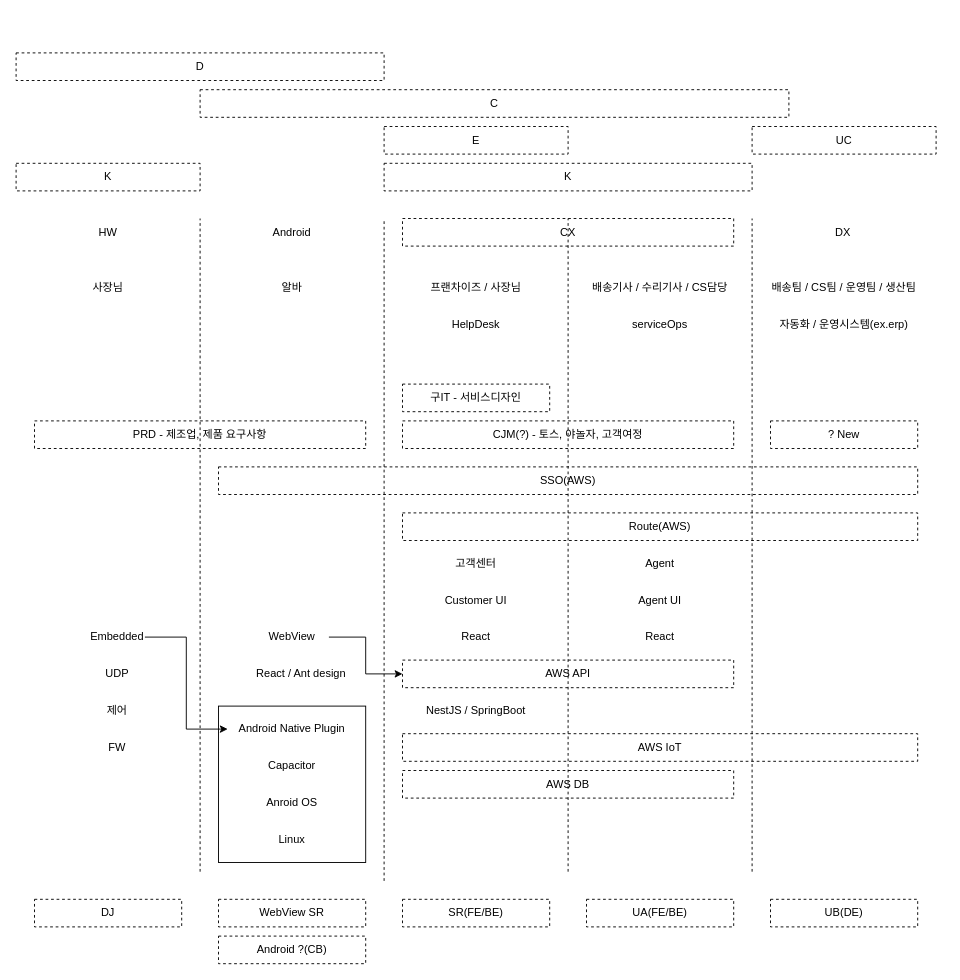
This is 제목 없는 다이어그램.drawio from devchan64/note, a draw.io file, before an edit. Source tidied: cells renumbered, new cells numbered last; positions are measured from the earlier drawing's top-left corner, leaving out a move shared by most shapes. Both pictures are drawn from the tidied source at 92%, with x=0, y=0 at pixel (16, 52).
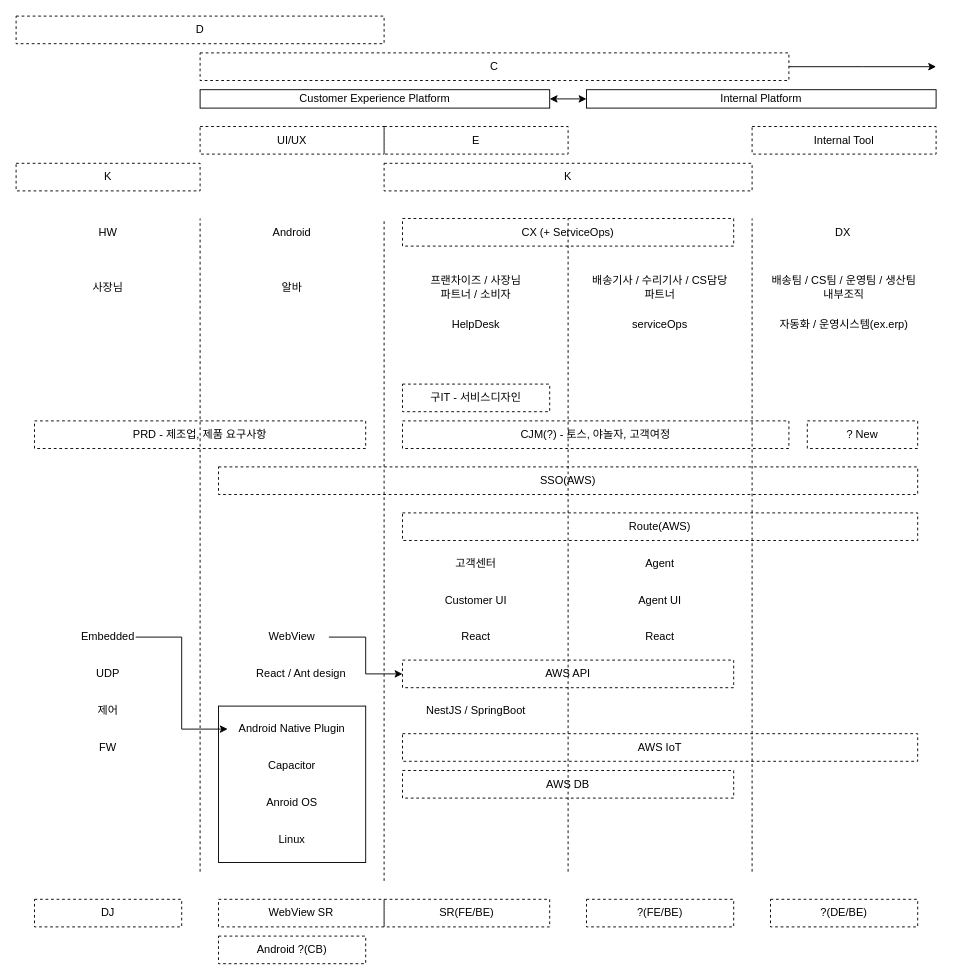
The same diagram, later.

Commit message:
제목 없는 다이어그램.drawio 업데이트

Diff of the diagram source:
```diff
@@
     <mxCell id="7" value="Embedded" style="text;html=1;align=center;verticalAlign=middle;whiteSpace=wrap;rounded=0;" parent="1" vertex="1">
-      <mxGeometry x="80" y="620" width="60" height="30" as="geometry" />
+      <mxGeometry x="70" y="620" width="60" height="30" as="geometry" />
     </mxCell>
@@
     <mxCell id="27" value="CJM(?) - 토스, 야놀자, 고객여정" style="text;html=1;align=center;verticalAlign=middle;whiteSpace=wrap;rounded=0;dashed=1;strokeColor=default;" parent="1" vertex="1">
-      <mxGeometry x="420" y="400" width="360" height="30" as="geometry" />
+      <mxGeometry x="420" y="400" width="420" height="30" as="geometry" />
     </mxCell>
     <mxCell id="28" value="? New" style="text;html=1;align=center;verticalAlign=middle;whiteSpace=wrap;rounded=0;dashed=1;strokeColor=default;" parent="1" vertex="1">
-      <mxGeometry x="820" y="400" width="160" height="30" as="geometry" />
+      <mxGeometry x="860" y="400" width="120" height="30" as="geometry" />
     </mxCell>
-    <mxCell id="29" value="CX" style="text;html=1;align=center;verticalAlign=middle;whiteSpace=wrap;rounded=0;strokeColor=default;dashed=1;" parent="1" vertex="1">
+    <mxCell id="29" value="CX (+ ServiceOps)" style="text;html=1;align=center;verticalAlign=middle;whiteSpace=wrap;rounded=0;strokeColor=default;dashed=1;" parent="1" vertex="1">
       <mxGeometry x="420" y="180" width="360" height="30" as="geometry" />
     </mxCell>
@@
     <mxCell id="33" value="UDP" style="text;html=1;align=center;verticalAlign=middle;whiteSpace=wrap;rounded=0;" parent="1" vertex="1">
-      <mxGeometry x="80" y="660" width="60" height="30" as="geometry" />
+      <mxGeometry x="70" y="660" width="60" height="30" as="geometry" />
     </mxCell>
     <mxCell id="34" value="제어" style="text;html=1;align=center;verticalAlign=middle;whiteSpace=wrap;rounded=0;" parent="1" vertex="1">
-      <mxGeometry x="80" y="700" width="60" height="30" as="geometry" />
+      <mxGeometry x="70" y="700" width="60" height="30" as="geometry" />
     </mxCell>
     <mxCell id="35" value="FW" style="text;html=1;align=center;verticalAlign=middle;whiteSpace=wrap;rounded=0;" parent="1" vertex="1">
-      <mxGeometry x="80" y="740" width="60" height="30" as="geometry" />
+      <mxGeometry x="70" y="740" width="60" height="30" as="geometry" />
     </mxCell>
@@
     <mxCell id="40" value="D" style="text;html=1;align=center;verticalAlign=middle;whiteSpace=wrap;rounded=0;dashed=1;strokeColor=default;" parent="1" vertex="1">
-      <mxGeometry width="400" height="30" as="geometry" />
+      <mxGeometry y="-40" width="400" height="30" as="geometry" />
     </mxCell>
+    <mxCell id="59" style="edgeStyle=orthogonalEdgeStyle;rounded=0;jettySize=auto;html=1;exitX=1;exitY=0.5;exitDx=0;exitDy=0;" parent="1" edge="1" source="41">
+      <mxGeometry relative="1" as="geometry">
+        <mxPoint x="1000" y="15" as="targetPoint" />
+      </mxGeometry>
+    </mxCell>
     <mxCell id="41" value="C" style="text;html=1;align=center;verticalAlign=middle;whiteSpace=wrap;rounded=0;dashed=1;strokeColor=default;" parent="1" vertex="1">
-      <mxGeometry x="200" y="40" width="640" height="30" as="geometry" />
+      <mxGeometry x="200" width="640" height="30" as="geometry" />
     </mxCell>
@@
     <mxCell id="44" value="SR(FE/BE)" style="text;html=1;align=center;verticalAlign=middle;whiteSpace=wrap;rounded=0;dashed=1;strokeColor=default;" parent="1" vertex="1">
-      <mxGeometry x="420" y="920" width="160" height="30" as="geometry" />
+      <mxGeometry x="400" y="920" width="180" height="30" as="geometry" />
     </mxCell>
     <mxCell id="45" value="WebView SR" style="text;html=1;align=center;verticalAlign=middle;whiteSpace=wrap;rounded=0;dashed=1;strokeColor=default;" parent="1" vertex="1">
-      <mxGeometry x="220" y="920" width="160" height="30" as="geometry" />
+      <mxGeometry x="220" y="920" width="180" height="30" as="geometry" />
     </mxCell>
@@
-    <mxCell id="47" value="UA(FE/BE)" style="text;html=1;align=center;verticalAlign=middle;whiteSpace=wrap;rounded=0;dashed=1;strokeColor=default;" parent="1" vertex="1">
+    <mxCell id="47" value="?(FE/BE)" style="text;html=1;align=center;verticalAlign=middle;whiteSpace=wrap;rounded=0;dashed=1;strokeColor=default;" parent="1" vertex="1">
       <mxGeometry x="620" y="920" width="160" height="30" as="geometry" />
     </mxCell>
-    <mxCell id="48" value="UB(DE)" style="text;html=1;align=center;verticalAlign=middle;whiteSpace=wrap;rounded=0;dashed=1;strokeColor=default;" parent="1" vertex="1">
+    <mxCell id="48" value="?(DE/BE)" style="text;html=1;align=center;verticalAlign=middle;whiteSpace=wrap;rounded=0;dashed=1;strokeColor=default;" parent="1" vertex="1">
       <mxGeometry x="820" y="920" width="160" height="30" as="geometry" />
     </mxCell>
@@
-    <mxCell id="52" value="프랜차이즈 / 사장님" style="text;html=1;align=center;verticalAlign=middle;whiteSpace=wrap;rounded=0;" parent="1" vertex="1">
+    <mxCell id="52" value="프랜차이즈 / 사장님&lt;br&gt;파트너 / 소비자" style="text;html=1;align=center;verticalAlign=middle;whiteSpace=wrap;rounded=0;" parent="1" vertex="1">
       <mxGeometry x="420" y="240" width="160" height="30" as="geometry" />
     </mxCell>
-    <mxCell id="53" value="배송기사 / 수리기사 / CS담당" style="text;html=1;align=center;verticalAlign=middle;whiteSpace=wrap;rounded=0;" parent="1" vertex="1">
+    <mxCell id="53" value="배송기사 / 수리기사 / CS담당&lt;br&gt;파트너" style="text;html=1;align=center;verticalAlign=middle;whiteSpace=wrap;rounded=0;" parent="1" vertex="1">
       <mxGeometry x="620" y="240" width="160" height="30" as="geometry" />
     </mxCell>
-    <mxCell id="54" value="배송팀 / CS팀 / 운영팀 / 생산팀" style="text;html=1;align=center;verticalAlign=middle;whiteSpace=wrap;rounded=0;" parent="1" vertex="1">
+    <mxCell id="54" value="배송팀 / CS팀 / 운영팀 / 생산팀&lt;br&gt;내부조직" style="text;html=1;align=center;verticalAlign=middle;whiteSpace=wrap;rounded=0;" parent="1" vertex="1">
       <mxGeometry x="820" y="240" width="160" height="30" as="geometry" />
     </mxCell>
@@
-    <mxCell id="58" value="UC" style="text;html=1;align=center;verticalAlign=middle;whiteSpace=wrap;rounded=0;dashed=1;strokeColor=default;" parent="1" vertex="1">
+    <mxCell id="58" value="Internal Tool" style="text;html=1;align=center;verticalAlign=middle;whiteSpace=wrap;rounded=0;dashed=1;strokeColor=default;" parent="1" vertex="1">
       <mxGeometry x="800" y="80" width="200" height="30" as="geometry" />
     </mxCell>
+    <mxCell id="60" value="Internal Platform" style="rounded=0;whiteSpace=wrap;html=1;" parent="1" vertex="1">
+      <mxGeometry x="620" y="40" width="380" height="20" as="geometry" />
+    </mxCell>
+    <mxCell id="61" value="Customer Experience Platform" style="rounded=0;whiteSpace=wrap;html=1;" parent="1" vertex="1">
+      <mxGeometry x="200" y="40" width="380" height="20" as="geometry" />
+    </mxCell>
+    <mxCell id="62" value="UI/UX" style="text;html=1;align=center;verticalAlign=middle;whiteSpace=wrap;rounded=0;dashed=1;strokeColor=default;" parent="1" vertex="1">
+      <mxGeometry x="200" y="80" width="200" height="30" as="geometry" />
+    </mxCell>
+    <mxCell id="63" style="endArrow=classic;startArrow=classic;html=1;rounded=0;entryX=0;entryY=0.5;entryDx=0;entryDy=0;exitX=1;exitY=0.5;exitDx=0;exitDy=0;" parent="1" edge="1" source="61" target="60">
+      <mxGeometry relative="1" as="geometry" />
+    </mxCell>
```
